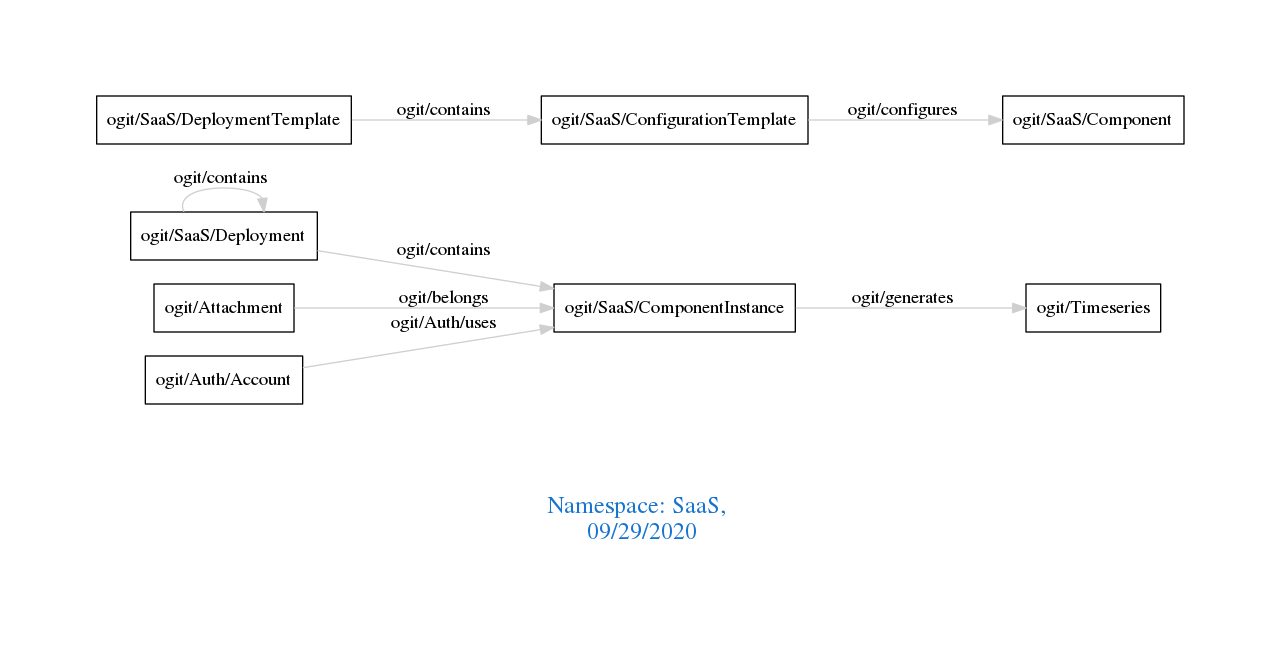
The Graphviz diagram downloads/SaaS.png in arago/OGIT, before a commit. Its source is kept beside it as downloads/SaaS.dot.
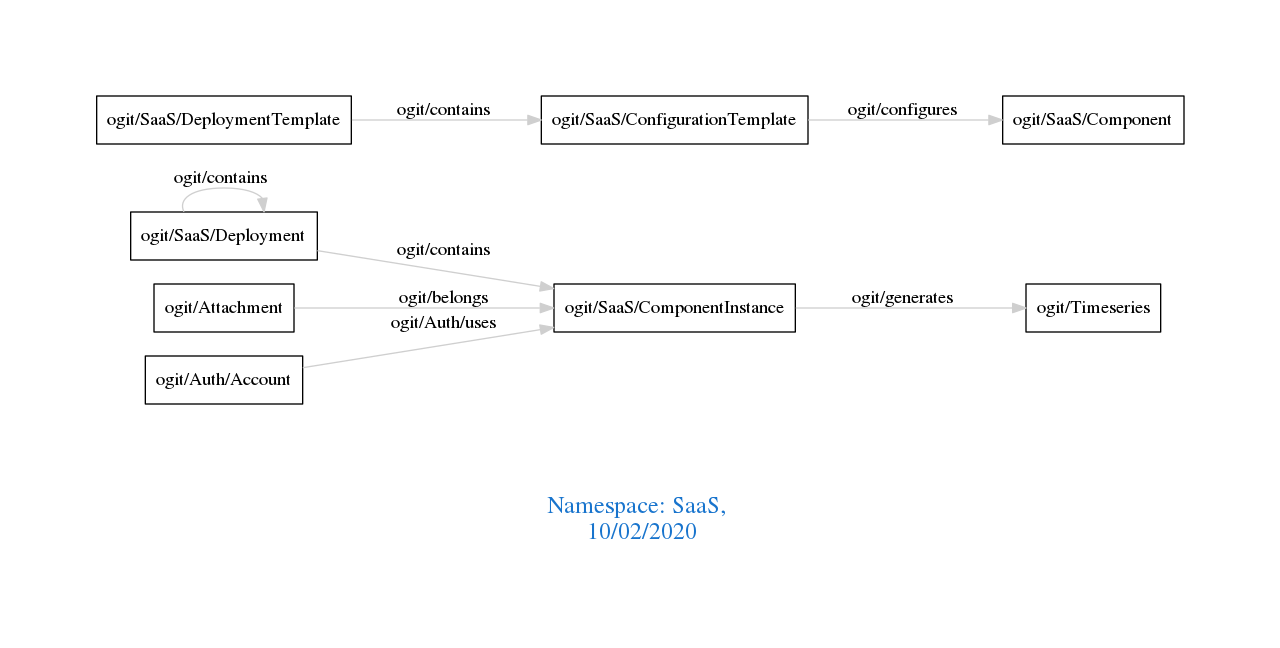
The same file after the commit.

The edit, as a diff of the source:
```diff
@@ -1,7 +1,7 @@
 digraph OGIT_ontology {
  graph [ rankdir= LR,pad=1
 fontsize = 18,
-fontcolor= dodgerblue3,label = "\n\n\nNamespace: SaaS, \n 09/29/2020"];
+fontcolor= dodgerblue3,label = "\n\n\nNamespace: SaaS, \n 10/02/2020"];
 node[shape=polygon];
 edge [  color="gray81"];
 
```
